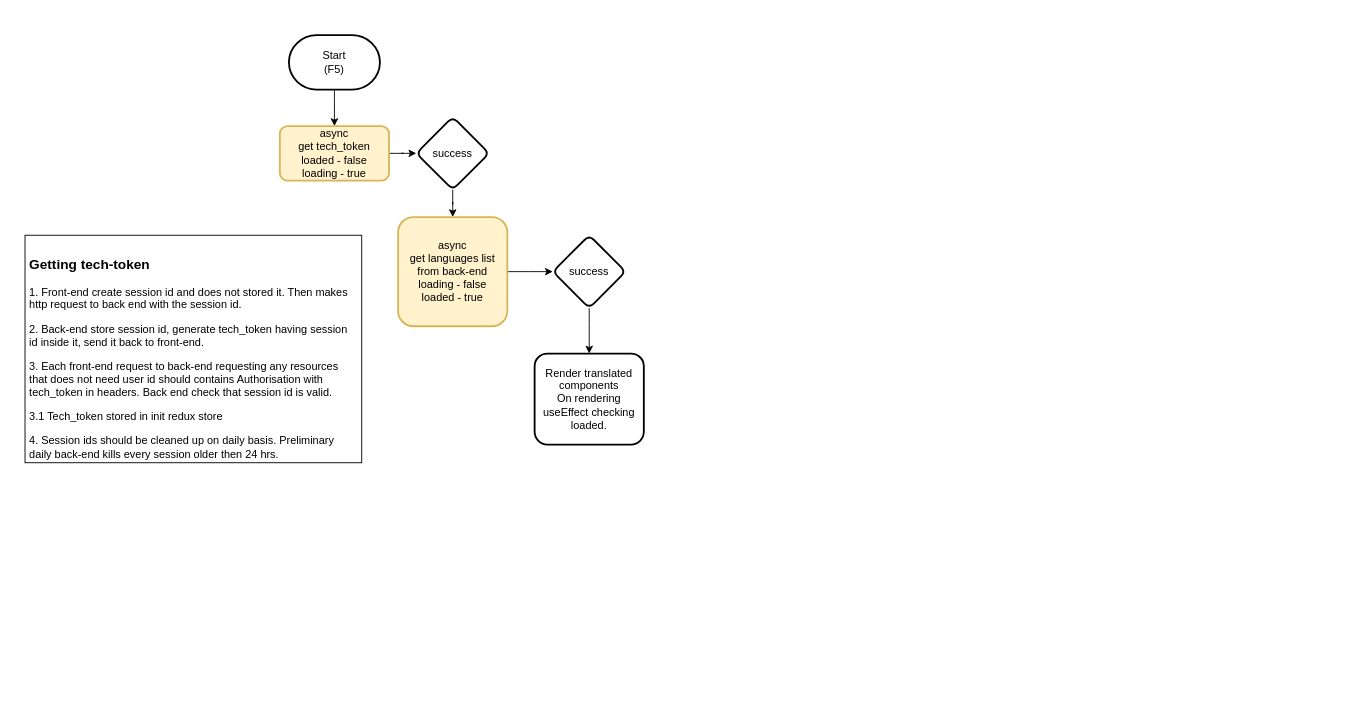
Above: page "tech init" (3 of 12) of market-coffee.drawio in Sergey190309/220415-market-caffee (draw.io), before the change. Source tidied: cells renumbered, new cells numbered last; positions are measured from the earlier drawing's top-left corner, leaving out a move shared by most shapes. Both pictures are drawn from the tidied source at 91%, with x=0, y=0 at pixel (25, 35).
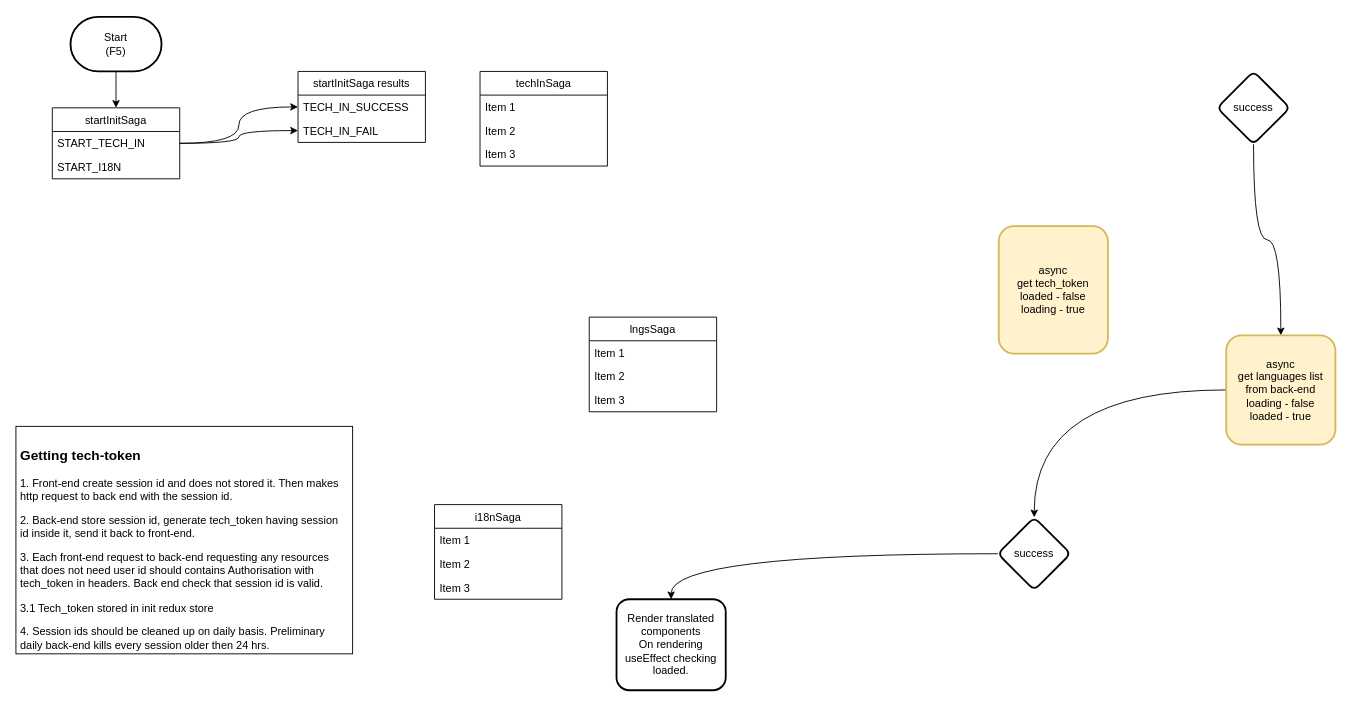
Above is the later version.

Diff of the diagram source:
```diff
@@
-    <mxCell id="2" style="edgeStyle=orthogonalEdgeStyle;rounded=0;jettySize=auto;html=1;curved=1;entryX=0.5;entryY=0;entryDx=0;entryDy=0;" parent="1" edge="1" source="3" target="9">
+    <mxCell id="2" style="edgeStyle=orthogonalEdgeStyle;rounded=0;jettySize=auto;html=1;curved=1;entryX=0.5;entryY=0;entryDx=0;entryDy=0;" parent="1" edge="1" source="3" target="28">
       <mxGeometry relative="1" as="geometry" />
     </mxCell>
     <mxCell id="3" value="Start&lt;br&gt;(F5)" style="strokeWidth=2;html=1;shape=mxgraph.flowchart.terminator;whiteSpace=wrap;" parent="1" vertex="1">
-      <mxGeometry x="290" width="100" height="60" as="geometry" />
+      <mxGeometry x="50" y="-20" width="100" height="60" as="geometry" />
     </mxCell>
-    <mxCell id="4" style="edgeStyle=orthogonalEdgeStyle;rounded=0;jettySize=auto;html=1;exitX=1;exitY=0.5;exitDx=0;exitDy=0;curved=1;" parent="1" edge="1" source="9" target="6">
-      <mxGeometry relative="1" as="geometry" />
-    </mxCell>
@@
     <mxCell id="6" value="success" style="rhombus;whiteSpace=wrap;html=1;rounded=1;strokeWidth=2;arcSize=14;" parent="1" vertex="1">
-      <mxGeometry x="430" y="90" width="80" height="80" as="geometry" />
+      <mxGeometry x="1310" y="40" width="80" height="80" as="geometry" />
     </mxCell>
@@
     <mxCell id="8" value="async&lt;br&gt;get languages list&lt;br&gt;from back-end&lt;br&gt;loading - false&lt;br&gt;loaded - true" style="whiteSpace=wrap;html=1;rounded=1;strokeWidth=2;arcSize=14;fillColor=#fff2cc;strokeColor=#d6b656;" parent="1" vertex="1">
-      <mxGeometry x="410" y="200" width="120" height="120" as="geometry" />
+      <mxGeometry x="1320" y="330" width="120" height="120" as="geometry" />
     </mxCell>
     <mxCell id="9" value="async&lt;br&gt;get tech_token&lt;br&gt;loaded - false&lt;br&gt;loading - true" style="whiteSpace=wrap;html=1;rounded=1;strokeWidth=2;arcSize=14;fillColor=#fff2cc;strokeColor=#d6b656;" parent="1" vertex="1">
-      <mxGeometry x="280" y="100" width="120" height="60" as="geometry" />
+      <mxGeometry x="1070" y="210" width="120" height="140" as="geometry" />
     </mxCell>
@@
     <mxCell id="11" value="success" style="rhombus;whiteSpace=wrap;html=1;rounded=1;strokeWidth=2;arcSize=14;" parent="1" vertex="1">
-      <mxGeometry x="580" y="220" width="80" height="80" as="geometry" />
+      <mxGeometry x="1069" y="530" width="80" height="80" as="geometry" />
     </mxCell>
     <mxCell id="12" value="Render translated components&lt;br&gt;On rendering useEffect checking loaded." style="whiteSpace=wrap;html=1;rounded=1;strokeWidth=2;arcSize=14;" parent="1" vertex="1">
-      <mxGeometry x="560" y="350" width="120" height="100" as="geometry" />
+      <mxGeometry x="650" y="620" width="120" height="100" as="geometry" />
     </mxCell>
+    <mxCell id="15" value="lngsSaga" style="swimlane;fontStyle=0;horizontal=1;startSize=26;fillColor=none;" parent="1" vertex="1">
+      <mxGeometry x="620" y="310" width="140" height="104" as="geometry" />
+    </mxCell>
+    <mxCell id="16" value="Item 1" style="text;strokeColor=none;fillColor=none;align=left;verticalAlign=top;spacingLeft=4;spacingRight=4;overflow=hidden;" parent="15" vertex="1">
+      <mxGeometry y="26" width="140" height="26" as="geometry" />
+    </mxCell>
+    <mxCell id="17" value="Item 2" style="text;strokeColor=none;fillColor=none;align=left;verticalAlign=top;spacingLeft=4;spacingRight=4;overflow=hidden;" parent="15" vertex="1">
+      <mxGeometry y="52" width="140" height="26" as="geometry" />
+    </mxCell>
+    <mxCell id="18" value="Item 3" style="text;strokeColor=none;fillColor=none;align=left;verticalAlign=top;spacingLeft=4;spacingRight=4;overflow=hidden;" parent="15" vertex="1">
+      <mxGeometry y="78" width="140" height="26" as="geometry" />
+    </mxCell>
+    <mxCell id="19" value="i18nSaga" style="swimlane;fontStyle=0;horizontal=1;startSize=26;fillColor=none;" parent="1" vertex="1">
+      <mxGeometry x="450" y="516" width="140" height="104" as="geometry" />
+    </mxCell>
+    <mxCell id="20" value="Item 1" style="text;strokeColor=none;fillColor=none;align=left;verticalAlign=top;spacingLeft=4;spacingRight=4;overflow=hidden;" parent="19" vertex="1">
+      <mxGeometry y="26" width="140" height="26" as="geometry" />
+    </mxCell>
+    <mxCell id="21" value="Item 2" style="text;strokeColor=none;fillColor=none;align=left;verticalAlign=top;spacingLeft=4;spacingRight=4;overflow=hidden;" parent="19" vertex="1">
+      <mxGeometry y="52" width="140" height="26" as="geometry" />
+    </mxCell>
+    <mxCell id="22" value="Item 3" style="text;strokeColor=none;fillColor=none;align=left;verticalAlign=top;spacingLeft=4;spacingRight=4;overflow=hidden;" parent="19" vertex="1">
+      <mxGeometry y="78" width="140" height="26" as="geometry" />
+    </mxCell>
+    <mxCell id="23" value="startInitSaga results" style="swimlane;fontStyle=0;horizontal=1;startSize=26;fillColor=none;" parent="1" vertex="1">
+      <mxGeometry x="300" y="40" width="140" height="78" as="geometry" />
+    </mxCell>
+    <mxCell id="24" value="TECH_IN_SUCCESS" style="text;strokeColor=none;fillColor=none;align=left;verticalAlign=top;spacingLeft=4;spacingRight=4;overflow=hidden;points=[[0,0.5],[1,0.5]];portConstraint=eastwest;" parent="23" vertex="1">
+      <mxGeometry y="26" width="140" height="26" as="geometry" />
+    </mxCell>
+    <mxCell id="25" value="TECH_IN_FAIL" style="text;strokeColor=none;fillColor=none;align=left;verticalAlign=top;spacingLeft=4;spacingRight=4;overflow=hidden;points=[[0,0.5],[1,0.5]];portConstraint=eastwest;" parent="23" vertex="1">
+      <mxGeometry y="52" width="140" height="26" as="geometry" />
+    </mxCell>
+    <mxCell id="26" style="edgeStyle=orthogonalEdgeStyle;rounded=0;jettySize=auto;html=1;curved=1;entryX=0;entryY=0.5;entryDx=0;entryDy=0;exitX=1;exitY=0.5;exitDx=0;exitDy=0;" parent="1" edge="1" source="29" target="24">
+      <mxGeometry relative="1" as="geometry" />
+    </mxCell>
+    <mxCell id="27" style="edgeStyle=orthogonalEdgeStyle;rounded=0;jettySize=auto;html=1;curved=1;entryX=0;entryY=0.5;entryDx=0;entryDy=0;exitX=1;exitY=0.5;exitDx=0;exitDy=0;" parent="1" edge="1" source="29" target="25">
+      <mxGeometry relative="1" as="geometry" />
+    </mxCell>
+    <mxCell id="28" value="startInitSaga" style="swimlane;fontStyle=0;horizontal=1;startSize=26;fillColor=none;" parent="1" vertex="1">
+      <mxGeometry x="30" y="80" width="140" height="78" as="geometry" />
+    </mxCell>
+    <mxCell id="29" value="START_TECH_IN" style="text;strokeColor=none;fillColor=none;align=left;verticalAlign=top;spacingLeft=4;spacingRight=4;overflow=hidden;points=[[0,0.5],[1,0.5]];portConstraint=eastwest;" parent="28" vertex="1">
+      <mxGeometry y="26" width="140" height="26" as="geometry" />
+    </mxCell>
+    <mxCell id="30" value="START_I18N" style="text;strokeColor=none;fillColor=none;align=left;verticalAlign=top;spacingLeft=4;spacingRight=4;overflow=hidden;" parent="28" vertex="1">
+      <mxGeometry y="52" width="140" height="26" as="geometry" />
+    </mxCell>
+    <mxCell id="31" value="techInSaga" style="swimlane;fontStyle=0;horizontal=1;startSize=26;fillColor=none;" parent="1" vertex="1">
+      <mxGeometry x="500" y="40" width="140" height="104" as="geometry" />
+    </mxCell>
+    <mxCell id="32" value="Item 1" style="text;strokeColor=none;fillColor=none;align=left;verticalAlign=top;spacingLeft=4;spacingRight=4;overflow=hidden;" parent="31" vertex="1">
+      <mxGeometry y="26" width="140" height="26" as="geometry" />
+    </mxCell>
+    <mxCell id="33" value="Item 2" style="text;strokeColor=none;fillColor=none;align=left;verticalAlign=top;spacingLeft=4;spacingRight=4;overflow=hidden;" parent="31" vertex="1">
+      <mxGeometry y="52" width="140" height="26" as="geometry" />
+    </mxCell>
+    <mxCell id="34" value="Item 3" style="text;strokeColor=none;fillColor=none;align=left;verticalAlign=top;spacingLeft=4;spacingRight=4;overflow=hidden;" parent="31" vertex="1">
+      <mxGeometry y="78" width="140" height="26" as="geometry" />
+    </mxCell>
@@
     <mxCell id="14" value="&lt;h3&gt;&lt;font style=&quot;font-size: 15px&quot;&gt;Getting tech-token&amp;nbsp;&lt;/font&gt;&lt;/h3&gt;&lt;p&gt;&lt;font face=&quot;Helvetica&quot;&gt;1. Front-end create session id and does not stored it. Then makes http request to back end with the session id.&lt;/font&gt;&lt;/p&gt;&lt;p&gt;&lt;font face=&quot;Helvetica&quot;&gt;2. Back-end store session id, generate tech_token having session id inside it, send it back to front-end.&lt;/font&gt;&lt;/p&gt;&lt;p&gt;&lt;font face=&quot;Helvetica&quot;&gt;3. Each front-end request to back-end requesting any resources that does not need user id should contains Authorisation with tech_token in headers. Back end check that session id is valid.&lt;/font&gt;&lt;/p&gt;&lt;p&gt;&lt;font face=&quot;Helvetica&quot;&gt;3.1 Tech_token stored in init redux store&lt;/font&gt;&lt;/p&gt;&lt;p&gt;&lt;font face=&quot;Helvetica&quot;&gt;4. Session ids should be cleaned up on daily basis. Preliminary daily back-end kills every session older then 24 hrs.&lt;/font&gt;&lt;/p&gt;" style="text;fillColor=none;spacing=5;spacingTop=0;overflow=hidden;rounded=0;whiteSpace=wrap;html=1;verticalAlign=top;align=left;horizontal=1;strokeColor=#000000;" parent="13" vertex="1">
-      <mxGeometry y="220" width="370" height="250" as="geometry" />
+      <mxGeometry x="-10" y="430" width="370" height="250" as="geometry" />
     </mxCell>
```
